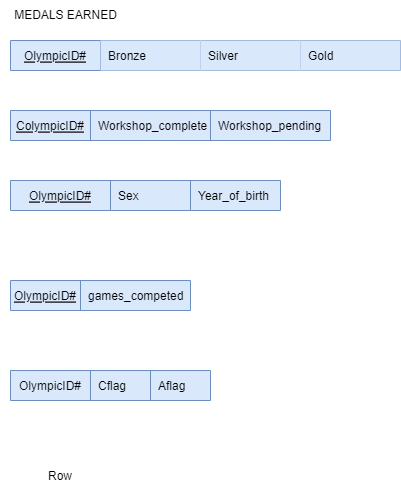
This is Relational Model.drawio.png from Alphamale42/Data-modelling, a draw.io export, as it was before one commit. Source tidied: cells renumbered, new cells last; positions are measured from the earlier drawing's top-left corner, leaving out a move shared by most shapes. The source it was exported from:
```xml
<mxGraphModel>
  <root>
    <mxCell id="0" />
    <mxCell id="1" parent="0" />
    <mxCell id="2" style="shape=table;startSize=0;rowLines=0;fontStyle=0;align=center;strokeColor=#6c8ebf;fillColor=#dae8fc;" parent="1" vertex="1">
      <mxGeometry x="10" y="40" width="390" height="30" as="geometry" />
    </mxCell>
    <mxCell id="3" style="shape=tableRow;horizontal=0;startSize=0;swimlaneHead=0;swimlaneBody=0;fillColor=none;points=[[0,0.5],[1,0.5]];portConstraint=eastwest;top=0;left=0;right=0;bottom=0;" parent="2" vertex="1">
      <mxGeometry width="390" height="30" as="geometry" />
    </mxCell>
    <mxCell id="4" value="OlympicID#" style="shape=partialRectangle;fillColor=none;top=0;left=0;bottom=0;right=0;overflow=hidden;fontStyle=4;" parent="3" vertex="1">
      <mxGeometry width="90" height="30" as="geometry" />
    </mxCell>
    <mxCell id="5" value="Bronze" style="shape=partialRectangle;fillColor=#dae8fc;top=0;left=0;bottom=0;right=0;align=left;spacingLeft=6;overflow=hidden;strokeColor=#6c8ebf;" parent="3" vertex="1">
      <mxGeometry x="90" width="100" height="30" as="geometry" />
    </mxCell>
    <mxCell id="6" value="Silver" style="shape=partialRectangle;fillColor=#dae8fc;top=0;left=0;bottom=0;right=0;align=left;spacingLeft=6;overflow=hidden;strokeColor=#6c8ebf;" parent="3" vertex="1">
      <mxGeometry x="190" width="100" height="30" as="geometry" />
    </mxCell>
    <mxCell id="7" value="Gold" style="shape=partialRectangle;fillColor=#dae8fc;top=0;left=0;bottom=0;right=0;align=left;spacingLeft=6;overflow=hidden;strokeColor=#6c8ebf;" parent="3" vertex="1">
      <mxGeometry x="290" width="100" height="30" as="geometry" />
    </mxCell>
    <mxCell id="8" value="MEDALS EARNED" style="text;html=1;align=center;verticalAlign=middle;fillColor=none;strokeColor=none;rounded=0;" parent="1" vertex="1">
      <mxGeometry width="130" height="30" as="geometry" />
    </mxCell>
    <mxCell id="9" style="shape=table;startSize=0;rowLines=0;fontStyle=0;align=center;strokeColor=#6c8ebf;fillColor=#dae8fc;" parent="1" vertex="1">
      <mxGeometry x="10" y="110" width="320" height="30" as="geometry" />
    </mxCell>
    <mxCell id="10" style="shape=tableRow;horizontal=0;startSize=0;swimlaneHead=0;swimlaneBody=0;fillColor=none;points=[[0,0.5],[1,0.5]];portConstraint=eastwest;top=0;left=0;right=0;bottom=0;" parent="9" vertex="1">
      <mxGeometry width="320" height="30" as="geometry" />
    </mxCell>
    <mxCell id="11" value="ColympicID#" style="shape=partialRectangle;fillColor=none;top=0;left=0;bottom=0;right=0;overflow=hidden;fontStyle=4;" parent="10" vertex="1">
      <mxGeometry width="80" height="30" as="geometry" />
    </mxCell>
    <mxCell id="12" value="Workshop_complete" style="shape=partialRectangle;fillColor=none;top=0;left=0;bottom=0;right=0;align=left;spacingLeft=6;overflow=hidden;" parent="10" vertex="1">
      <mxGeometry x="80" width="120" height="30" as="geometry" />
    </mxCell>
    <mxCell id="13" value="Workshop_pending" style="shape=partialRectangle;fillColor=none;top=0;left=0;bottom=0;right=0;align=left;spacingLeft=6;overflow=hidden;" parent="10" vertex="1">
      <mxGeometry x="200" width="120" height="30" as="geometry" />
    </mxCell>
    <mxCell id="14" style="edgeStyle=orthogonalEdgeStyle;rounded=0;orthogonalLoop=1;jettySize=auto;html=1;exitX=1;exitY=0.5;exitDx=0;exitDy=0;" parent="9" edge="1" source="10" target="10">
      <mxGeometry relative="1" as="geometry" />
    </mxCell>
    <mxCell id="15" style="shape=table;startSize=0;rowLines=0;fontStyle=0;align=center;strokeColor=#6c8ebf;fillColor=#dae8fc;" parent="1" vertex="1">
      <mxGeometry x="10" y="180" width="270" height="30" as="geometry" />
    </mxCell>
    <mxCell id="16" style="shape=tableRow;horizontal=0;startSize=0;swimlaneHead=0;swimlaneBody=0;fillColor=none;points=[[0,0.5],[1,0.5]];portConstraint=eastwest;top=0;left=0;right=0;bottom=0;" parent="15" vertex="1">
      <mxGeometry width="270" height="30" as="geometry" />
    </mxCell>
    <mxCell id="17" value="OlympicID#" style="shape=partialRectangle;fillColor=none;top=0;left=0;bottom=0;right=0;overflow=hidden;fontStyle=4;" parent="16" vertex="1">
      <mxGeometry width="100" height="30" as="geometry" />
    </mxCell>
    <mxCell id="18" value="Sex" style="shape=partialRectangle;fillColor=none;top=0;left=0;bottom=0;right=0;align=left;spacingLeft=6;overflow=hidden;" parent="16" vertex="1">
      <mxGeometry x="100" width="80" height="30" as="geometry" />
    </mxCell>
    <mxCell id="19" value="Year_of_birth" style="shape=partialRectangle;fillColor=none;top=0;left=0;bottom=0;right=0;align=left;spacingLeft=6;overflow=hidden;" parent="16" vertex="1">
      <mxGeometry x="180" width="90" height="30" as="geometry" />
    </mxCell>
    <mxCell id="20" style="shape=table;startSize=0;rowLines=0;fontStyle=0;align=center;strokeColor=#6c8ebf;fillColor=#dae8fc;" parent="1" vertex="1">
      <mxGeometry x="10" y="280" width="180" height="30" as="geometry" />
    </mxCell>
    <mxCell id="21" style="shape=tableRow;horizontal=0;startSize=0;swimlaneHead=0;swimlaneBody=0;fillColor=none;points=[[0,0.5],[1,0.5]];portConstraint=eastwest;top=0;left=0;right=0;bottom=0;" parent="20" vertex="1">
      <mxGeometry width="180" height="30" as="geometry" />
    </mxCell>
    <mxCell id="22" value="OlympicID#" style="shape=partialRectangle;fillColor=none;top=0;left=0;bottom=0;right=0;overflow=hidden;fontStyle=4;" parent="21" vertex="1">
      <mxGeometry width="70" height="30" as="geometry" />
    </mxCell>
    <mxCell id="23" value="games_competed" style="shape=partialRectangle;fillColor=none;top=0;left=0;bottom=0;right=0;align=left;spacingLeft=6;overflow=hidden;" parent="21" vertex="1">
      <mxGeometry x="70" width="110" height="30" as="geometry" />
    </mxCell>
    <mxCell id="24" style="shape=table;startSize=0;rowLines=0;fontStyle=0;align=center;strokeColor=#6c8ebf;fillColor=#dae8fc;" parent="1" vertex="1">
      <mxGeometry x="10" y="370" width="200" height="30" as="geometry" />
    </mxCell>
    <mxCell id="25" style="shape=tableRow;horizontal=0;startSize=0;swimlaneHead=0;swimlaneBody=0;fillColor=none;points=[[0,0.5],[1,0.5]];portConstraint=eastwest;top=0;left=0;right=0;bottom=0;" parent="24" vertex="1">
      <mxGeometry width="200" height="30" as="geometry" />
    </mxCell>
    <mxCell id="26" value="OlympicID#" style="shape=partialRectangle;fillColor=none;top=0;left=0;bottom=0;right=0;overflow=hidden;" parent="25" vertex="1">
      <mxGeometry width="80" height="30" as="geometry" />
    </mxCell>
    <mxCell id="27" value="Cflag" style="shape=partialRectangle;fillColor=none;top=0;left=0;bottom=0;right=0;align=left;spacingLeft=6;overflow=hidden;" parent="25" vertex="1">
      <mxGeometry x="80" width="60" height="30" as="geometry" />
    </mxCell>
    <mxCell id="28" value="Aflag" style="shape=partialRectangle;fillColor=none;top=0;left=0;bottom=0;right=0;align=left;spacingLeft=6;overflow=hidden;" parent="25" vertex="1">
      <mxGeometry x="140" width="60" height="30" as="geometry" />
    </mxCell>
    <mxCell id="29" style="shape=table;startSize=0;rowLines=0;fontStyle=0;align=center;strokeColor=none;fillColor=none;" parent="1" vertex="1">
      <mxGeometry x="10" y="460" width="180" height="30" as="geometry" />
    </mxCell>
    <mxCell id="30" style="shape=tableRow;horizontal=0;startSize=0;swimlaneHead=0;swimlaneBody=0;fillColor=none;points=[[0,0.5],[1,0.5]];portConstraint=eastwest;top=0;left=0;right=0;bottom=0;" parent="29" vertex="1">
      <mxGeometry width="180" height="30" as="geometry" />
    </mxCell>
    <mxCell id="31" style="shape=partialRectangle;fillColor=none;top=0;left=0;bottom=0;right=0;overflow=hidden;" parent="30" vertex="1">
      <mxGeometry width="30" height="30" as="geometry" />
    </mxCell>
    <mxCell id="32" value="Row" style="shape=partialRectangle;fillColor=none;top=0;left=0;bottom=0;right=0;align=left;spacingLeft=6;overflow=hidden;" parent="30" vertex="1">
      <mxGeometry x="30" width="150" height="30" as="geometry" />
    </mxCell>
  </root>
</mxGraphModel>
```
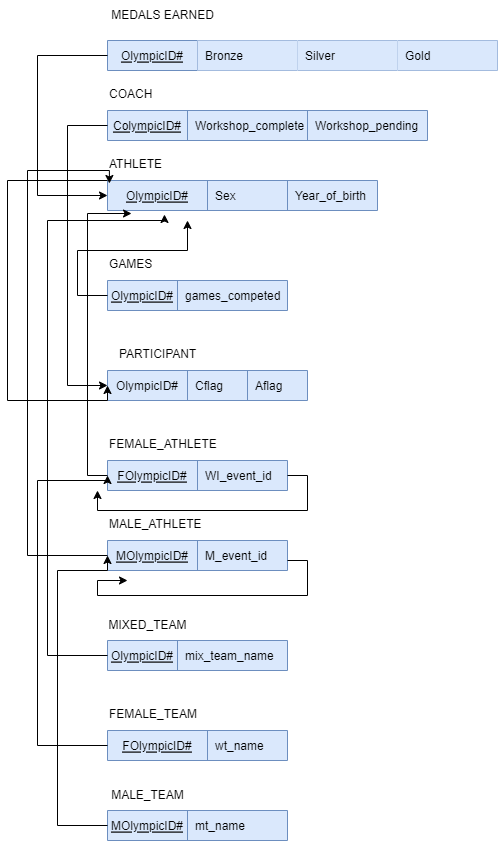
The same diagram one commit later.

The edit, as a diff of the source:
```diff
@@ -83,17 +83,187 @@
     <mxCell id="28" value="Aflag" style="shape=partialRectangle;fillColor=none;top=0;left=0;bottom=0;right=0;align=left;spacingLeft=6;overflow=hidden;" parent="25" vertex="1">
       <mxGeometry x="140" width="60" height="30" as="geometry" />
     </mxCell>
-    <mxCell id="29" style="shape=table;startSize=0;rowLines=0;fontStyle=0;align=center;strokeColor=none;fillColor=none;" parent="1" vertex="1">
+    <mxCell id="29" style="shape=table;startSize=0;rowLines=0;fontStyle=0;align=center;strokeColor=#6c8ebf;fillColor=#dae8fc;" parent="1" vertex="1">
       <mxGeometry x="10" y="460" width="180" height="30" as="geometry" />
     </mxCell>
     <mxCell id="30" style="shape=tableRow;horizontal=0;startSize=0;swimlaneHead=0;swimlaneBody=0;fillColor=none;points=[[0,0.5],[1,0.5]];portConstraint=eastwest;top=0;left=0;right=0;bottom=0;" parent="29" vertex="1">
       <mxGeometry width="180" height="30" as="geometry" />
     </mxCell>
-    <mxCell id="31" style="shape=partialRectangle;fillColor=none;top=0;left=0;bottom=0;right=0;overflow=hidden;" parent="30" vertex="1">
-      <mxGeometry width="30" height="30" as="geometry" />
+    <mxCell id="31" value="FOlympicID#" style="shape=partialRectangle;fillColor=none;top=0;left=0;bottom=0;right=0;overflow=hidden;fontStyle=4;" parent="30" vertex="1">
+      <mxGeometry width="90" height="30" as="geometry" />
     </mxCell>
-    <mxCell id="32" value="Row" style="shape=partialRectangle;fillColor=none;top=0;left=0;bottom=0;right=0;align=left;spacingLeft=6;overflow=hidden;" parent="30" vertex="1">
-      <mxGeometry x="30" width="150" height="30" as="geometry" />
+    <mxCell id="32" value="WI_event_id" style="shape=partialRectangle;fillColor=none;top=0;left=0;bottom=0;right=0;align=left;spacingLeft=6;overflow=hidden;" parent="30" vertex="1">
+      <mxGeometry x="90" width="90" height="30" as="geometry" />
     </mxCell>
+    <mxCell id="33" style="shape=table;startSize=0;rowLines=0;fontStyle=0;align=center;strokeColor=#6c8ebf;fillColor=#dae8fc;" parent="1" vertex="1">
+      <mxGeometry x="10" y="540" width="180" height="30" as="geometry" />
+    </mxCell>
+    <mxCell id="34" style="shape=tableRow;horizontal=0;startSize=0;swimlaneHead=0;swimlaneBody=0;fillColor=none;points=[[0,0.5],[1,0.5]];portConstraint=eastwest;top=0;left=0;right=0;bottom=0;" parent="33" vertex="1">
+      <mxGeometry width="180" height="30" as="geometry" />
+    </mxCell>
+    <mxCell id="35" value="MOlympicID#" style="shape=partialRectangle;fillColor=none;top=0;left=0;bottom=0;right=0;overflow=hidden;fontStyle=4;" parent="34" vertex="1">
+      <mxGeometry width="90" height="30" as="geometry" />
+    </mxCell>
+    <mxCell id="36" value="M_event_id" style="shape=partialRectangle;fillColor=none;top=0;left=0;bottom=0;right=0;align=left;spacingLeft=6;overflow=hidden;" parent="34" vertex="1">
+      <mxGeometry x="90" width="90" height="30" as="geometry" />
+    </mxCell>
+    <mxCell id="37" style="shape=table;startSize=0;rowLines=0;fontStyle=0;align=center;strokeColor=#6c8ebf;fillColor=#dae8fc;" parent="1" vertex="1">
+      <mxGeometry x="10" y="640" width="180" height="30" as="geometry" />
+    </mxCell>
+    <mxCell id="38" style="shape=tableRow;horizontal=0;startSize=0;swimlaneHead=0;swimlaneBody=0;fillColor=none;points=[[0,0.5],[1,0.5]];portConstraint=eastwest;top=0;left=0;right=0;bottom=0;" parent="37" vertex="1">
+      <mxGeometry width="180" height="30" as="geometry" />
+    </mxCell>
+    <mxCell id="39" value="OlympicID#" style="shape=partialRectangle;fillColor=none;top=0;left=0;bottom=0;right=0;overflow=hidden;fontStyle=4;" parent="38" vertex="1">
+      <mxGeometry width="70" height="30" as="geometry" />
+    </mxCell>
+    <mxCell id="40" value="mix_team_name" style="shape=partialRectangle;fillColor=none;top=0;left=0;bottom=0;right=0;align=left;spacingLeft=6;overflow=hidden;" parent="38" vertex="1">
+      <mxGeometry x="70" width="110" height="30" as="geometry" />
+    </mxCell>
+    <mxCell id="41" style="shape=table;startSize=0;rowLines=0;fontStyle=0;align=center;strokeColor=#6c8ebf;fillColor=#dae8fc;" parent="1" vertex="1">
+      <mxGeometry x="10" y="730" width="180" height="30" as="geometry" />
+    </mxCell>
+    <mxCell id="42" style="shape=tableRow;horizontal=0;startSize=0;swimlaneHead=0;swimlaneBody=0;fillColor=none;points=[[0,0.5],[1,0.5]];portConstraint=eastwest;top=0;left=0;right=0;bottom=0;" parent="41" vertex="1">
+      <mxGeometry width="180" height="30" as="geometry" />
+    </mxCell>
+    <mxCell id="43" value="FOlympicID#" style="shape=partialRectangle;fillColor=none;top=0;left=0;bottom=0;right=0;overflow=hidden;fontStyle=4;" parent="42" vertex="1">
+      <mxGeometry width="100" height="30" as="geometry" />
+    </mxCell>
+    <mxCell id="44" value="wt_name" style="shape=partialRectangle;fillColor=none;top=0;left=0;bottom=0;right=0;align=left;spacingLeft=6;overflow=hidden;" parent="42" vertex="1">
+      <mxGeometry x="100" width="80" height="30" as="geometry" />
+    </mxCell>
+    <mxCell id="45" style="shape=table;startSize=0;rowLines=0;fontStyle=0;align=center;strokeColor=#6c8ebf;fillColor=#dae8fc;" parent="1" vertex="1">
+      <mxGeometry x="10" y="810" width="180" height="30" as="geometry" />
+    </mxCell>
+    <mxCell id="46" style="shape=tableRow;horizontal=0;startSize=0;swimlaneHead=0;swimlaneBody=0;fillColor=none;points=[[0,0.5],[1,0.5]];portConstraint=eastwest;top=0;left=0;right=0;bottom=0;" parent="45" vertex="1">
+      <mxGeometry width="180" height="30" as="geometry" />
+    </mxCell>
+    <mxCell id="47" value="MOlympicID#" style="shape=partialRectangle;fillColor=none;top=0;left=0;bottom=0;right=0;overflow=hidden;fontStyle=4;" parent="46" vertex="1">
+      <mxGeometry width="80" height="30" as="geometry" />
+    </mxCell>
+    <mxCell id="48" value="mt_name" style="shape=partialRectangle;fillColor=none;top=0;left=0;bottom=0;right=0;align=left;spacingLeft=6;overflow=hidden;" parent="46" vertex="1">
+      <mxGeometry x="80" width="100" height="30" as="geometry" />
+    </mxCell>
+    <mxCell id="49" value="MALE_TEAM" style="text;html=1;align=center;verticalAlign=middle;fillColor=none;strokeColor=none;rounded=0;" parent="1" vertex="1">
+      <mxGeometry y="780" width="100" height="30" as="geometry" />
+    </mxCell>
+    <mxCell id="50" value="MIXED_TEAM" style="text;html=1;align=center;verticalAlign=middle;fillColor=none;strokeColor=none;rounded=0;" parent="1" vertex="1">
+      <mxGeometry y="610" width="100" height="30" as="geometry" />
+    </mxCell>
+    <mxCell id="51" value="&lt;div style=&quot;text-align: center;&quot;&gt;&lt;span style=&quot;background-color: initial;&quot;&gt;FEMALE_TEAM&lt;/span&gt;&lt;/div&gt;" style="text;whiteSpace=wrap;html=1;" parent="1" vertex="1">
+      <mxGeometry x="10" y="700" width="60" height="40" as="geometry" />
+    </mxCell>
+    <mxCell id="52" value="&lt;div style=&quot;text-align: center;&quot;&gt;&lt;span style=&quot;background-color: initial;&quot;&gt;MALE_ATHLETE&lt;/span&gt;&lt;/div&gt;" style="text;whiteSpace=wrap;html=1;" parent="1" vertex="1">
+      <mxGeometry x="10" y="510" width="60" height="30" as="geometry" />
+    </mxCell>
+    <mxCell id="53" value="&lt;div style=&quot;text-align: center;&quot;&gt;&lt;span style=&quot;background-color: initial;&quot;&gt;PARTICIPANT&lt;/span&gt;&lt;/div&gt;" style="text;whiteSpace=wrap;html=1;" parent="1" vertex="1">
+      <mxGeometry x="20" y="340" width="40" height="20" as="geometry" />
+    </mxCell>
+    <mxCell id="54" value="&lt;div style=&quot;text-align: center;&quot;&gt;FEMALE_ATHLETE&lt;/div&gt;" style="text;whiteSpace=wrap;html=1;" parent="1" vertex="1">
+      <mxGeometry x="10" y="430" width="40" height="20" as="geometry" />
+    </mxCell>
+    <mxCell id="55" value="&lt;div style=&quot;text-align: center;&quot;&gt;&lt;span style=&quot;background-color: initial;&quot;&gt;GAMES&lt;/span&gt;&lt;/div&gt;" style="text;whiteSpace=wrap;html=1;" parent="1" vertex="1">
+      <mxGeometry x="10" y="250" width="40" height="20" as="geometry" />
+    </mxCell>
+    <mxCell id="56" value="&lt;div style=&quot;text-align: center;&quot;&gt;&lt;span style=&quot;background-color: initial;&quot;&gt;ATHLETE&lt;/span&gt;&lt;/div&gt;" style="text;whiteSpace=wrap;html=1;" parent="1" vertex="1">
+      <mxGeometry x="10" y="150" width="40" height="20" as="geometry" />
+    </mxCell>
+    <mxCell id="57" value="&lt;div style=&quot;text-align: center;&quot;&gt;&lt;span style=&quot;background-color: initial;&quot;&gt;COACH&lt;/span&gt;&lt;/div&gt;" style="text;whiteSpace=wrap;html=1;" parent="1" vertex="1">
+      <mxGeometry x="10" y="80" width="40" height="20" as="geometry" />
+    </mxCell>
+    <mxCell id="58" style="edgeStyle=orthogonalEdgeStyle;rounded=0;jettySize=auto;html=1;exitX=0;exitY=0.5;exitDx=0;exitDy=0;entryX=0;entryY=0.5;entryDx=0;entryDy=0;" parent="1" edge="1" source="3" target="16">
+      <mxGeometry relative="1" as="geometry">
+        <Array as="points">
+          <mxPoint x="-60" y="55" />
+          <mxPoint x="-60" y="195" />
+        </Array>
+      </mxGeometry>
+    </mxCell>
+    <mxCell id="59" style="edgeStyle=orthogonalEdgeStyle;rounded=0;jettySize=auto;html=1;exitX=0;exitY=0.5;exitDx=0;exitDy=0;entryX=0;entryY=0.5;entryDx=0;entryDy=0;" parent="1" edge="1" source="10" target="25">
+      <mxGeometry relative="1" as="geometry">
+        <Array as="points">
+          <mxPoint x="-30" y="125" />
+          <mxPoint x="-30" y="385" />
+        </Array>
+      </mxGeometry>
+    </mxCell>
+    <mxCell id="60" style="edgeStyle=orthogonalEdgeStyle;rounded=0;jettySize=auto;html=1;exitX=1;exitY=0.5;exitDx=0;exitDy=0;" parent="1" edge="1" source="30">
+      <mxGeometry relative="1" as="geometry">
+        <mxPoint y="490" as="targetPoint" />
+        <Array as="points">
+          <mxPoint x="210" y="475" />
+          <mxPoint x="210" y="510" />
+          <mxPoint y="510" />
+        </Array>
+      </mxGeometry>
+    </mxCell>
+    <mxCell id="61" style="edgeStyle=orthogonalEdgeStyle;rounded=0;jettySize=auto;html=1;exitX=0;exitY=0.5;exitDx=0;exitDy=0;entryX=0.089;entryY=1.1;entryDx=0;entryDy=0;entryPerimeter=0;" parent="1" edge="1" source="30" target="16">
+      <mxGeometry relative="1" as="geometry" />
+    </mxCell>
+    <mxCell id="62" style="edgeStyle=orthogonalEdgeStyle;rounded=0;jettySize=auto;html=1;exitX=0;exitY=0.5;exitDx=0;exitDy=0;entryX=0.007;entryY=0.1;entryDx=0;entryDy=0;entryPerimeter=0;" parent="1" edge="1" source="34" target="16">
+      <mxGeometry relative="1" as="geometry">
+        <Array as="points">
+          <mxPoint x="-70" y="555" />
+          <mxPoint x="-70" y="170" />
+          <mxPoint x="12" y="170" />
+        </Array>
+      </mxGeometry>
+    </mxCell>
+    <mxCell id="63" style="edgeStyle=orthogonalEdgeStyle;rounded=0;jettySize=auto;html=1;exitX=0;exitY=0.5;exitDx=0;exitDy=0;entryX=0.211;entryY=1.133;entryDx=0;entryDy=0;entryPerimeter=0;" parent="1" edge="1" source="38" target="16">
+      <mxGeometry relative="1" as="geometry">
+        <Array as="points">
+          <mxPoint x="-50" y="655" />
+          <mxPoint x="-50" y="220" />
+          <mxPoint x="67" y="220" />
+        </Array>
+      </mxGeometry>
+    </mxCell>
+    <mxCell id="64" style="edgeStyle=orthogonalEdgeStyle;rounded=0;jettySize=auto;html=1;entryX=0;entryY=0.5;entryDx=0;entryDy=0;" parent="1" edge="1" source="46" target="34">
+      <mxGeometry relative="1" as="geometry">
+        <Array as="points">
+          <mxPoint x="-40" y="825" />
+          <mxPoint x="-40" y="570" />
+          <mxPoint x="10" y="570" />
+        </Array>
+      </mxGeometry>
+    </mxCell>
+    <mxCell id="65" style="edgeStyle=orthogonalEdgeStyle;rounded=0;jettySize=auto;html=1;exitX=0;exitY=0.5;exitDx=0;exitDy=0;entryX=0;entryY=0.5;entryDx=0;entryDy=0;" parent="1" edge="1" source="42" target="30">
+      <mxGeometry relative="1" as="geometry">
+        <Array as="points">
+          <mxPoint x="-60" y="745" />
+          <mxPoint x="-60" y="480" />
+          <mxPoint x="10" y="480" />
+        </Array>
+      </mxGeometry>
+    </mxCell>
+    <mxCell id="66" style="edgeStyle=orthogonalEdgeStyle;rounded=0;orthogonalLoop=1;jettySize=auto;html=1;exitX=1;exitY=0.5;exitDx=0;exitDy=0;" parent="1" edge="1">
+      <mxGeometry relative="1" as="geometry">
+        <mxPoint x="190" y="560" as="sourcePoint" />
+        <mxPoint x="30" y="580" as="targetPoint" />
+        <Array as="points">
+          <mxPoint x="210" y="560" />
+          <mxPoint x="210" y="595" />
+          <mxPoint y="595" />
+        </Array>
+      </mxGeometry>
+    </mxCell>
+    <mxCell id="67" style="edgeStyle=orthogonalEdgeStyle;rounded=0;jettySize=auto;html=1;entryX=0;entryY=0.5;entryDx=0;entryDy=0;" parent="1" edge="1" source="16" target="25">
+      <mxGeometry relative="1" as="geometry">
+        <Array as="points">
+          <mxPoint x="-90" y="180" />
+          <mxPoint x="-90" y="400" />
+          <mxPoint x="10" y="400" />
+        </Array>
+      </mxGeometry>
+    </mxCell>
+    <mxCell id="68" style="edgeStyle=orthogonalEdgeStyle;rounded=0;jettySize=auto;html=1;" parent="1" edge="1" source="21">
+      <mxGeometry relative="1" as="geometry">
+        <mxPoint x="90" y="220" as="targetPoint" />
+        <Array as="points">
+          <mxPoint x="-20" y="295" />
+          <mxPoint x="-20" y="250" />
+          <mxPoint x="90" y="250" />
+        </Array>
+      </mxGeometry>
+    </mxCell>
   </root>
 </mxGraphModel>
```
